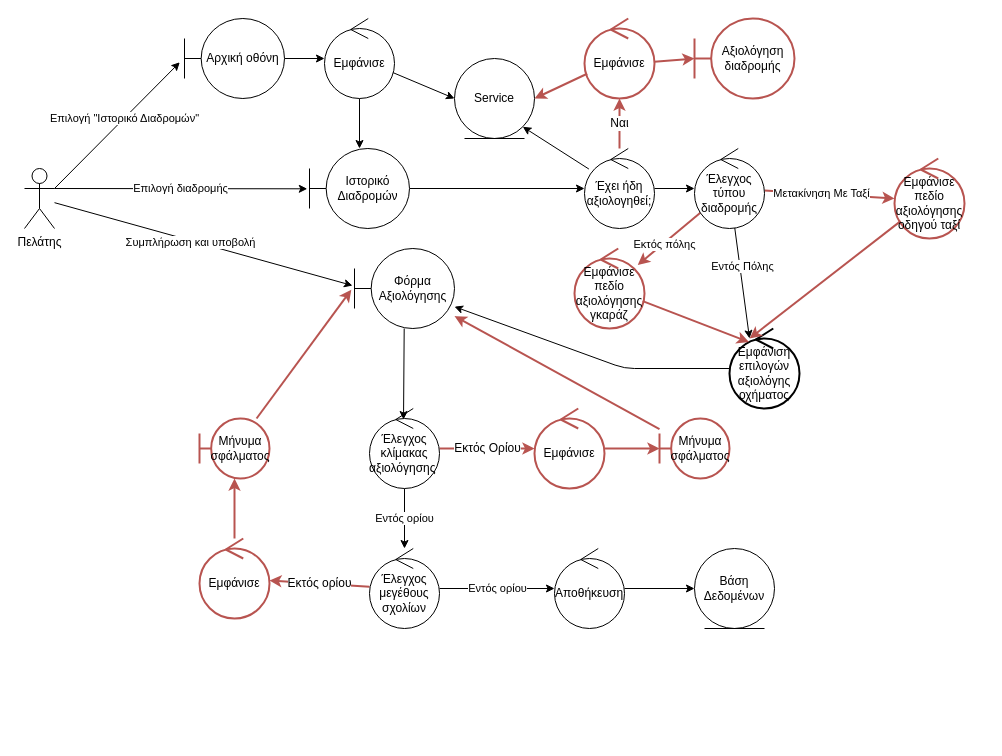
This is Part_2/Robustness/diagrams/14_Αξιολόγηση.drawio from Nikolis2002/texnoligia_logismikou, a draw.io file, before an edit. Source tidied: cells renumbered, new cells numbered last; positions are measured from the earlier drawing's top-left corner, leaving out a move shared by most shapes. Both pictures are drawn from the tidied source at 100%, with x=0, y=0 at pixel (24, 18).
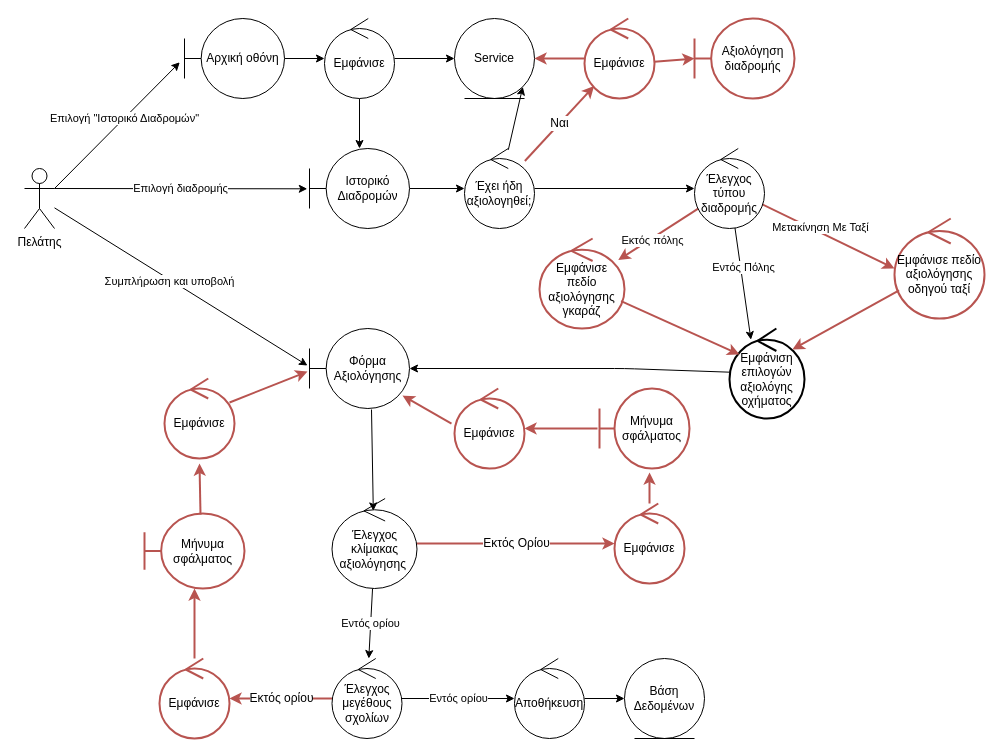
The same diagram, later.

The edit, as a diff of the source:
```diff
@@
     <mxCell id="18" value="Εμφάνιση επιλογών αξιολόγης οχήματος" style="ellipse;shape=umlControl;whiteSpace=wrap;html=1;fillColor=default;strokeColor=default;strokeWidth=2;" parent="1" vertex="1">
-      <mxGeometry x="705" y="310" width="70" height="80" as="geometry" />
+      <mxGeometry x="705" y="310" width="75" height="90" as="geometry" />
     </mxCell>
-    <mxCell id="19" style="edgeStyle=none;html=1;entryX=0.486;entryY=0.138;entryDx=0;entryDy=0;entryPerimeter=0;" parent="1" edge="1" source="20" target="23">
+    <mxCell id="19" style="edgeStyle=none;html=1;entryX=0.486;entryY=0.138;entryDx=0;entryDy=0;entryPerimeter=0;exitX=0.62;exitY=1.013;exitDx=0;exitDy=0;exitPerimeter=0;" parent="1" edge="1" source="20" target="23">
       <mxGeometry relative="1" as="geometry" />
     </mxCell>
     <mxCell id="20" value="Φόρμα Αξιολόγησης" style="shape=umlBoundary;whiteSpace=wrap;html=1;" parent="1" vertex="1">
-      <mxGeometry x="330" y="230" width="100" height="80" as="geometry" />
+      <mxGeometry x="285" y="310" width="100" height="80" as="geometry" />
     </mxCell>
@@
     <mxCell id="23" value="Έλεγχος κλίμακας αξιολόγησης&amp;nbsp;" style="ellipse;shape=umlControl;whiteSpace=wrap;html=1;" parent="1" vertex="1">
-      <mxGeometry x="345" y="390" width="70" height="80" as="geometry" />
+      <mxGeometry x="307.5" y="480" width="85" height="90" as="geometry" />
     </mxCell>
@@
     <mxCell id="26" value="Έλεγχος μεγέθους σχολίων" style="ellipse;shape=umlControl;whiteSpace=wrap;html=1;" parent="1" vertex="1">
-      <mxGeometry x="345" y="530" width="70" height="80" as="geometry" />
+      <mxGeometry x="307.5" y="640" width="70" height="80" as="geometry" />
     </mxCell>
@@
     <mxCell id="28" value="Αποθήκευση" style="ellipse;shape=umlControl;whiteSpace=wrap;html=1;" parent="1" vertex="1">
-      <mxGeometry x="530" y="530" width="70" height="80" as="geometry" />
+      <mxGeometry x="490" y="640" width="70" height="80" as="geometry" />
     </mxCell>
     <mxCell id="29" value="Βάση Δεδομένων" style="ellipse;shape=umlEntity;whiteSpace=wrap;html=1;" parent="1" vertex="1">
-      <mxGeometry x="670" y="530" width="80" height="80" as="geometry" />
+      <mxGeometry x="600" y="640" width="80" height="80" as="geometry" />
     </mxCell>
-    <mxCell id="30" style="edgeStyle=none;html=1;entryX=0.278;entryY=0.17;entryDx=0;entryDy=0;entryPerimeter=0;fontSize=12;fillColor=none;strokeColor=#b85450;strokeWidth=2;" parent="1" edge="1" source="31" target="18">
+    <mxCell id="30" style="edgeStyle=none;html=1;entryX=0.133;entryY=0.289;entryDx=0;entryDy=0;entryPerimeter=0;fontSize=12;fillColor=none;strokeColor=#b85450;strokeWidth=2;" parent="1" edge="1" source="31" target="18">
       <mxGeometry relative="1" as="geometry" />
     </mxCell>
     <mxCell id="31" value="Εμφάνισε πεδίο αξιολόγησης γκαράζ" style="ellipse;shape=umlControl;whiteSpace=wrap;html=1;strokeColor=#b85450;fillColor=none;strokeWidth=2;" parent="1" vertex="1">
-      <mxGeometry x="550" y="230" width="70" height="80" as="geometry" />
+      <mxGeometry x="515" y="220" width="85" height="90" as="geometry" />
     </mxCell>
-    <mxCell id="32" style="edgeStyle=none;html=1;entryX=0.286;entryY=0.125;entryDx=0;entryDy=0;entryPerimeter=0;fontSize=12;fillColor=none;strokeColor=#b85450;strokeWidth=2;" parent="1" edge="1" source="33" target="18">
+    <mxCell id="32" style="edgeStyle=none;html=1;entryX=0.84;entryY=0.233;entryDx=0;entryDy=0;entryPerimeter=0;fontSize=12;fillColor=none;strokeColor=#b85450;strokeWidth=2;" parent="1" edge="1" source="33" target="18">
       <mxGeometry relative="1" as="geometry" />
     </mxCell>
     <mxCell id="33" value="Εμφάνισε πεδίο αξιολόγησης οδηγού ταξί" style="ellipse;shape=umlControl;whiteSpace=wrap;html=1;strokeColor=#b85450;fillColor=none;strokeWidth=2;" parent="1" vertex="1">
-      <mxGeometry x="870" y="140" width="70" height="80" as="geometry" />
+      <mxGeometry x="870" y="200" width="90" height="100" as="geometry" />
     </mxCell>
-    <mxCell id="34" style="edgeStyle=none;html=1;fontSize=12;fillColor=none;strokeColor=#b85450;strokeWidth=2;" parent="1" edge="1" source="35" target="53">
+    <mxCell id="34" style="edgeStyle=none;html=1;fontSize=12;fillColor=none;strokeColor=#b85450;strokeWidth=2;entryX=0.556;entryY=1.05;entryDx=0;entryDy=0;entryPerimeter=0;" parent="1" edge="1" source="35" target="53">
       <mxGeometry relative="1" as="geometry" />
     </mxCell>
     <mxCell id="35" value="Εμφάνισε" style="ellipse;shape=umlControl;whiteSpace=wrap;html=1;strokeColor=#b85450;fillColor=none;strokeWidth=2;" parent="1" vertex="1">
-      <mxGeometry x="510" y="390" width="70" height="80" as="geometry" />
+      <mxGeometry x="590" y="485" width="70" height="80" as="geometry" />
     </mxCell>
@@
     <mxCell id="37" value="Εμφάνισε" style="ellipse;shape=umlControl;whiteSpace=wrap;html=1;strokeColor=#b85450;fillColor=none;strokeWidth=2;" parent="1" vertex="1">
-      <mxGeometry x="175" y="520" width="70" height="80" as="geometry" />
+      <mxGeometry x="135" y="640" width="70" height="80" as="geometry" />
     </mxCell>
@@
     <mxCell id="46" value="Έχει ήδη αξιολογηθεί;" style="ellipse;shape=umlControl;whiteSpace=wrap;html=1;" parent="1" vertex="1">
-      <mxGeometry x="560" y="130" width="70" height="80" as="geometry" />
+      <mxGeometry x="440" y="130" width="70" height="80" as="geometry" />
     </mxCell>
@@
     <mxCell id="50" value="Service" style="ellipse;shape=umlEntity;whiteSpace=wrap;html=1;" parent="1" vertex="1">
-      <mxGeometry x="430" y="40" width="80" height="80" as="geometry" />
+      <mxGeometry x="430" width="80" height="80" as="geometry" />
     </mxCell>
@@
-    <mxCell id="52" style="edgeStyle=none;html=1;fontSize=12;fillColor=none;strokeColor=#b85450;strokeWidth=2;" parent="1" edge="1" source="53" target="20">
-      <mxGeometry relative="1" as="geometry" />
-    </mxCell>
     <mxCell id="53" value="Μήνυμα σφάλματος" style="shape=umlBoundary;whiteSpace=wrap;html=1;fillColor=none;strokeColor=#b85450;strokeWidth=2;" parent="1" vertex="1">
-      <mxGeometry x="635" y="400" width="70" height="60" as="geometry" />
+      <mxGeometry x="575" y="370" width="90" height="80" as="geometry" />
     </mxCell>
-    <mxCell id="54" style="edgeStyle=none;html=1;fontSize=12;fillColor=none;strokeColor=#b85450;strokeWidth=2;entryX=-0.032;entryY=0.515;entryDx=0;entryDy=0;entryPerimeter=0;" parent="1" edge="1" source="55" target="20">
-      <mxGeometry relative="1" as="geometry" />
-    </mxCell>
     <mxCell id="55" value="Μήνυμα σφάλματος" style="shape=umlBoundary;whiteSpace=wrap;html=1;fillColor=none;strokeColor=#b85450;strokeWidth=2;" parent="1" vertex="1">
-      <mxGeometry x="175" y="400" width="70" height="60" as="geometry" />
+      <mxGeometry x="120" y="495" width="100" height="75" as="geometry" />
     </mxCell>
+    <mxCell id="56" value="Εμφάνισε" style="ellipse;shape=umlControl;whiteSpace=wrap;html=1;strokeColor=#b85450;fillColor=none;strokeWidth=2;" parent="1" vertex="1">
+      <mxGeometry x="140" y="360" width="70" height="80" as="geometry" />
+    </mxCell>
+    <mxCell id="57" style="edgeStyle=none;html=1;fontSize=12;fillColor=none;strokeColor=#b85450;strokeWidth=2;exitX=0.56;exitY=0.013;exitDx=0;exitDy=0;exitPerimeter=0;entryX=0.5;entryY=1.063;entryDx=0;entryDy=0;entryPerimeter=0;" parent="1" edge="1" source="55" target="56">
+      <mxGeometry relative="1" as="geometry" />
+    </mxCell>
+    <mxCell id="58" style="edgeStyle=none;html=1;fontSize=12;fillColor=none;strokeColor=#b85450;strokeWidth=2;exitX=0.929;exitY=0.3;exitDx=0;exitDy=0;exitPerimeter=0;entryX=-0.02;entryY=0.538;entryDx=0;entryDy=0;entryPerimeter=0;" parent="1" edge="1" source="56" target="20">
+      <mxGeometry relative="1" as="geometry" />
+    </mxCell>
+    <mxCell id="59" value="Εμφάνισε" style="ellipse;shape=umlControl;whiteSpace=wrap;html=1;strokeColor=#b85450;fillColor=none;strokeWidth=2;" parent="1" vertex="1">
+      <mxGeometry x="430" y="370" width="70" height="80" as="geometry" />
+    </mxCell>
+    <mxCell id="60" style="edgeStyle=none;html=1;fontSize=12;fillColor=none;strokeColor=#b85450;strokeWidth=2;entryX=0.93;entryY=0.838;entryDx=0;entryDy=0;entryPerimeter=0;exitX=-0.043;exitY=0.438;exitDx=0;exitDy=0;exitPerimeter=0;" parent="1" edge="1" source="59" target="20">
+      <mxGeometry relative="1" as="geometry" />
+    </mxCell>
+    <mxCell id="61" style="edgeStyle=none;html=1;fontSize=12;fillColor=none;strokeColor=#b85450;strokeWidth=2;entryX=1;entryY=0.5;entryDx=0;entryDy=0;entryPerimeter=0;exitX=-0.022;exitY=0.5;exitDx=0;exitDy=0;exitPerimeter=0;" parent="1" edge="1" source="53" target="59">
+      <mxGeometry relative="1" as="geometry" />
+    </mxCell>
```
